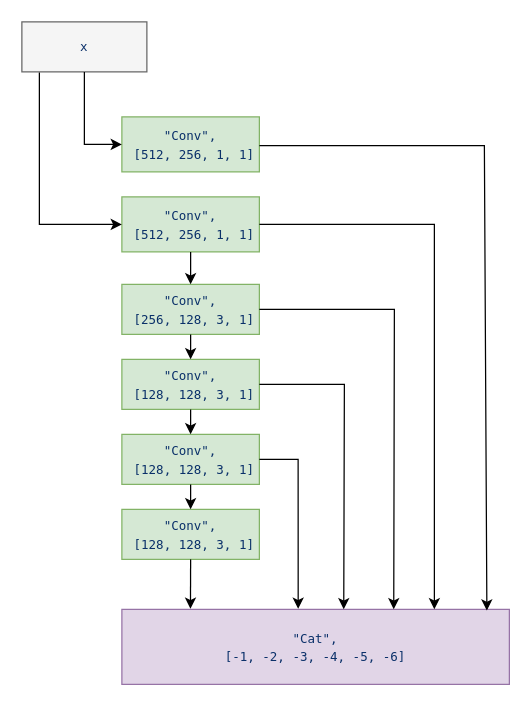
This is yolov7_mods/yolo7.drawio from piupiuisland/my_drawio_backup, a draw.io file, before an edit. Source tidied: cells renumbered, new cells numbered last; positions are measured from the earlier drawing's top-left corner, leaving out a move shared by most shapes. Both pictures are drawn from the tidied source at 125%, with x=0, y=0 at pixel (21, 21).
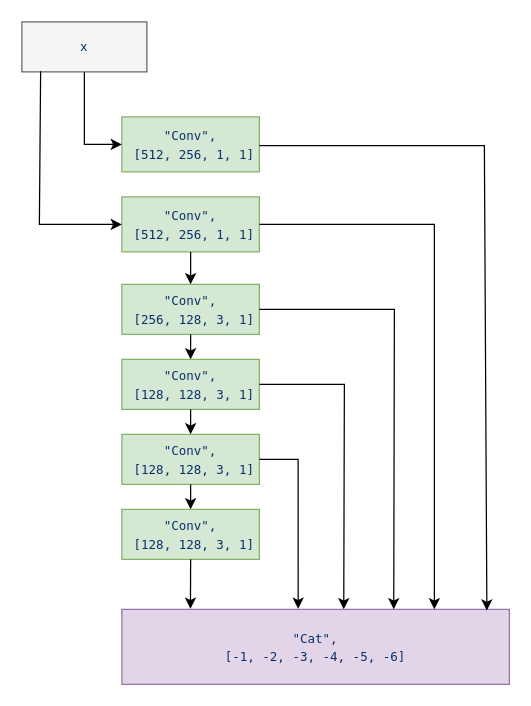
The same page after the edit.

The change refers to these unchanged cells:
```xml
<mxCell id="7" value="&lt;span style=&quot;color: rgb(10, 48, 105); font-family: ui-monospace, SFMono-Regular, &amp;quot;SF Mono&amp;quot;, Menlo, Consolas, &amp;quot;Liberation Mono&amp;quot;, monospace; font-style: normal; font-variant-ligatures: normal; font-variant-caps: normal; font-weight: 400; letter-spacing: normal; orphans: 2; text-align: start; text-indent: 0px; text-transform: none; widows: 2; word-spacing: 0px; -webkit-text-stroke-width: 0px; text-decoration-thickness: initial; text-decoration-style: initial; text-decoration-color: initial; float: none; display: inline !important;&quot;&gt;&lt;font style=&quot;font-size: 10px;&quot;&gt;x&lt;br&gt;&lt;/font&gt;&lt;/span&gt;" style="rounded=0;whiteSpace=wrap;html=1;fillColor=#f5f5f5;strokeColor=#666666;fontColor=#333333;" parent="1" vertex="1">
  <mxGeometry width="100" height="40" as="geometry" />
</mxCell>
<mxCell id="8" value="&lt;span style=&quot;color: rgb(10, 48, 105); font-family: ui-monospace, SFMono-Regular, &amp;quot;SF Mono&amp;quot;, Menlo, Consolas, &amp;quot;Liberation Mono&amp;quot;, monospace; font-style: normal; font-variant-ligatures: normal; font-variant-caps: normal; font-weight: 400; letter-spacing: normal; orphans: 2; text-align: start; text-indent: 0px; text-transform: none; widows: 2; word-spacing: 0px; -webkit-text-stroke-width: 0px; text-decoration-thickness: initial; text-decoration-style: initial; text-decoration-color: initial; float: none; display: inline !important;&quot;&gt;&lt;font style=&quot;font-size: 10px;&quot;&gt;&quot;Conv&quot;,&lt;br&gt;&amp;nbsp;[512, 256, 1, 1]&lt;/font&gt;&lt;/span&gt;" style="rounded=0;whiteSpace=wrap;html=1;fillColor=#d5e8d4;strokeColor=#82b366;" parent="1" vertex="1">
  <mxGeometry x="80" y="140" width="110" height="44" as="geometry" />
</mxCell>
```

Diff of the diagram source:
```diff
@@
-    <mxCell id="10" style="endArrow=classic;html=1;rounded=0;entryX=0;entryY=0.5;entryDx=0;entryDy=0;exitX=0.14;exitY=1.013;exitDx=0;exitDy=0;exitPerimeter=0;" parent="1" edge="1" source="7" target="8">
+    <mxCell id="10" style="endArrow=classic;html=1;rounded=0;entryX=0;entryY=0.5;entryDx=0;entryDy=0;exitX=0.15;exitY=0.988;exitDx=0;exitDy=0;exitPerimeter=0;" parent="1" edge="1" source="7" target="8">
       <mxGeometry relative="1" as="geometry">
         <Array as="points">
           <mxPoint x="14" y="162" />
         </Array>
       </mxGeometry>
     </mxCell>
```
